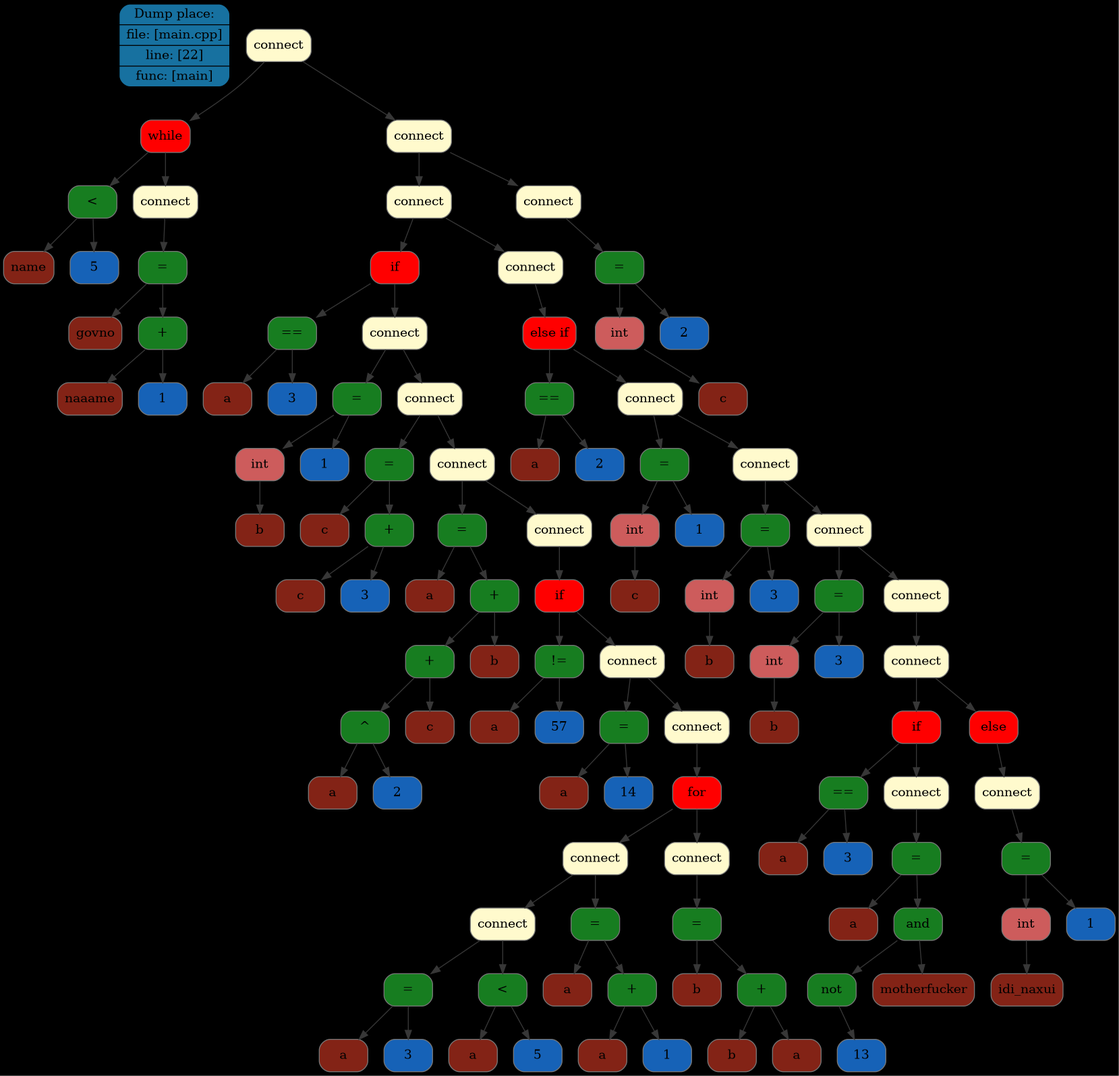
Maksim-Sebelev/Language keeps this Graphviz diagram as FrontEnd/dot/tree/img/tree1.png. Above is the earlier version. Its source is kept beside it as FrontEnd/dot/tree/dot/tree1.dot.
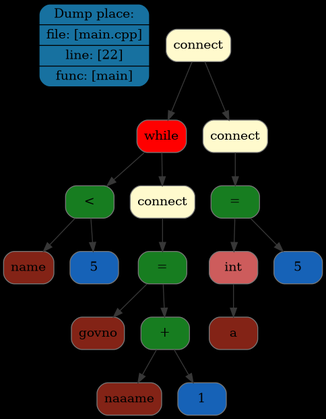
Above is the later version.

The edit, as a diff of the source:
```diff
@@ -2,7 +2,7 @@
 rankdir=TB
 graph [bgcolor="#000000"];
 place[shape=Mrecord, style=filled, fillcolor="#1771a0", pos="0,1!",label = " { Dump place: | file: [main.cpp] | line: [22] | func: [main] } "color = "#000000"];
-node0x507000003120[shape=Mrecord, style=filled, fillcolor="#FFFACD"label = "connect", color = "#777777"];
+node0x507000000720[shape=Mrecord, style=filled, fillcolor="#FFFACD"label = "connect", color = "#777777"];
 node0x507000000480[shape=Mrecord, style=filled, fillcolor="red"label = "while", color = "#777777"];
 node0x507000000170[shape=Mrecord, style=filled, fillcolor="#177d20"label = "\<", color = "#777777"];
 node0x507000000090[shape=Mrecord, style=filled, fillcolor="#832316"label = "name", color = "#777777"];
@@ -13,109 +13,13 @@
 node0x507000000330[shape=Mrecord, style=filled, fillcolor="#177d20"label = "\+", color = "#777777"];
 node0x507000000250[shape=Mrecord, style=filled, fillcolor="#832316"label = "naaame", color = "#777777"];
 node0x5070000002c0[shape=Mrecord, style=filled, fillcolor="#1662b7"label = "1", color = "#777777"];
-node0x5070000030b0[shape=Mrecord, style=filled, fillcolor="#FFFACD"label = "connect", color = "#777777"];
-node0x507000002e10[shape=Mrecord, style=filled, fillcolor="#FFFACD"label = "connect", color = "#777777"];
-node0x507000001c90[shape=Mrecord, style=filled, fillcolor="red"label = "if", color = "#777777"];
-node0x5070000005d0[shape=Mrecord, style=filled, fillcolor="#177d20"label = "\==", color = "#777777"];
-node0x5070000004f0[shape=Mrecord, style=filled, fillcolor="#832316"label = "a", color = "#777777"];
-node0x507000000560[shape=Mrecord, style=filled, fillcolor="#1662b7"label = "3", color = "#777777"];
-node0x507000001c20[shape=Mrecord, style=filled, fillcolor="#FFFACD"label = "connect", color = "#777777"];
-node0x507000000790[shape=Mrecord, style=filled, fillcolor="#177d20"label = "\=", color = "#777777"];
-node0x507000000640[shape=Mrecord, style=filled, fillcolor="#CD5C5C"label = "int", color = "#777777"];
-node0x5070000006b0[shape=Mrecord, style=filled, fillcolor="#832316"label = "b", color = "#777777"];
-node0x507000000720[shape=Mrecord, style=filled, fillcolor="#1662b7"label = "1", color = "#777777"];
-node0x507000001bb0[shape=Mrecord, style=filled, fillcolor="#FFFACD"label = "connect", color = "#777777"];
-node0x5070000009c0[shape=Mrecord, style=filled, fillcolor="#177d20"label = "\=", color = "#777777"];
-node0x507000000800[shape=Mrecord, style=filled, fillcolor="#832316"label = "c", color = "#777777"];
-node0x507000000950[shape=Mrecord, style=filled, fillcolor="#177d20"label = "\+", color = "#777777"];
-node0x507000000870[shape=Mrecord, style=filled, fillcolor="#832316"label = "c", color = "#777777"];
-node0x5070000008e0[shape=Mrecord, style=filled, fillcolor="#1662b7"label = "3", color = "#777777"];
-node0x507000001b40[shape=Mrecord, style=filled, fillcolor="#FFFACD"label = "connect", color = "#777777"];
-node0x507000000db0[shape=Mrecord, style=filled, fillcolor="#177d20"label = "\=", color = "#777777"];
-node0x507000000a30[shape=Mrecord, style=filled, fillcolor="#832316"label = "a", color = "#777777"];
-node0x507000000d40[shape=Mrecord, style=filled, fillcolor="#177d20"label = "\+", color = "#777777"];
-node0x507000000c60[shape=Mrecord, style=filled, fillcolor="#177d20"label = "\+", color = "#777777"];
-node0x507000000b80[shape=Mrecord, style=filled, fillcolor="#177d20"label = "\^", color = "#777777"];
-node0x507000000aa0[shape=Mrecord, style=filled, fillcolor="#832316"label = "a", color = "#777777"];
-node0x507000000b10[shape=Mrecord, style=filled, fillcolor="#1662b7"label = "2", color = "#777777"];
-node0x507000000bf0[shape=Mrecord, style=filled, fillcolor="#832316"label = "c", color = "#777777"];
-node0x507000000cd0[shape=Mrecord, style=filled, fillcolor="#832316"label = "b", color = "#777777"];
-node0x507000001ad0[shape=Mrecord, style=filled, fillcolor="#FFFACD"label = "connect", color = "#777777"];
-node0x507000001a60[shape=Mrecord, style=filled, fillcolor="red"label = "if", color = "#777777"];
-node0x507000000f00[shape=Mrecord, style=filled, fillcolor="#177d20"label = "\!=", color = "#777777"];
-node0x507000000e20[shape=Mrecord, style=filled, fillcolor="#832316"label = "a", color = "#777777"];
-node0x507000000e90[shape=Mrecord, style=filled, fillcolor="#1662b7"label = "57", color = "#777777"];
-node0x5070000019f0[shape=Mrecord, style=filled, fillcolor="#FFFACD"label = "connect", color = "#777777"];
-node0x507000001050[shape=Mrecord, style=filled, fillcolor="#177d20"label = "\=", color = "#777777"];
-node0x507000000f70[shape=Mrecord, style=filled, fillcolor="#832316"label = "a", color = "#777777"];
-node0x507000000fe0[shape=Mrecord, style=filled, fillcolor="#1662b7"label = "14", color = "#777777"];
-node0x507000001980[shape=Mrecord, style=filled, fillcolor="#FFFACD"label = "connect", color = "#777777"];
-node0x507000001910[shape=Mrecord, style=filled, fillcolor="red"label = "for", color = "#777777"];
-node0x5070000018a0[shape=Mrecord, style=filled, fillcolor="#FFFACD"label = "connect", color = "#777777"];
-node0x507000001830[shape=Mrecord, style=filled, fillcolor="#FFFACD"label = "connect", color = "#777777"];
-node0x5070000011a0[shape=Mrecord, style=filled, fillcolor="#177d20"label = "\=", color = "#777777"];
-node0x5070000010c0[shape=Mrecord, style=filled, fillcolor="#832316"label = "a", color = "#777777"];
-node0x507000001130[shape=Mrecord, style=filled, fillcolor="#1662b7"label = "3", color = "#777777"];
-node0x5070000012f0[shape=Mrecord, style=filled, fillcolor="#177d20"label = "\<", color = "#777777"];
-node0x507000001210[shape=Mrecord, style=filled, fillcolor="#832316"label = "a", color = "#777777"];
-node0x507000001280[shape=Mrecord, style=filled, fillcolor="#1662b7"label = "5", color = "#777777"];
-node0x507000001520[shape=Mrecord, style=filled, fillcolor="#177d20"label = "\=", color = "#777777"];
-node0x507000001360[shape=Mrecord, style=filled, fillcolor="#832316"label = "a", color = "#777777"];
-node0x5070000014b0[shape=Mrecord, style=filled, fillcolor="#177d20"label = "\+", color = "#777777"];
-node0x5070000013d0[shape=Mrecord, style=filled, fillcolor="#832316"label = "a", color = "#777777"];
-node0x507000001440[shape=Mrecord, style=filled, fillcolor="#1662b7"label = "1", color = "#777777"];
-node0x5070000017c0[shape=Mrecord, style=filled, fillcolor="#FFFACD"label = "connect", color = "#777777"];
-node0x507000001750[shape=Mrecord, style=filled, fillcolor="#177d20"label = "\=", color = "#777777"];
-node0x507000001590[shape=Mrecord, style=filled, fillcolor="#832316"label = "b", color = "#777777"];
-node0x5070000016e0[shape=Mrecord, style=filled, fillcolor="#177d20"label = "\+", color = "#777777"];
-node0x507000001600[shape=Mrecord, style=filled, fillcolor="#832316"label = "b", color = "#777777"];
-node0x507000001670[shape=Mrecord, style=filled, fillcolor="#832316"label = "a", color = "#777777"];
-node0x507000002da0[shape=Mrecord, style=filled, fillcolor="#FFFACD"label = "connect", color = "#777777"];
-node0x507000002d30[shape=Mrecord, style=filled, fillcolor="red"label = "else if", color = "#777777"];
-node0x507000001de0[shape=Mrecord, style=filled, fillcolor="#177d20"label = "\==", color = "#777777"];
-node0x507000001d00[shape=Mrecord, style=filled, fillcolor="#832316"label = "a", color = "#777777"];
-node0x507000001d70[shape=Mrecord, style=filled, fillcolor="#1662b7"label = "2", color = "#777777"];
-node0x507000002cc0[shape=Mrecord, style=filled, fillcolor="#FFFACD"label = "connect", color = "#777777"];
-node0x507000001fa0[shape=Mrecord, style=filled, fillcolor="#177d20"label = "\=", color = "#777777"];
-node0x507000001e50[shape=Mrecord, style=filled, fillcolor="#CD5C5C"label = "int", color = "#777777"];
-node0x507000001ec0[shape=Mrecord, style=filled, fillcolor="#832316"label = "c", color = "#777777"];
-node0x507000001f30[shape=Mrecord, style=filled, fillcolor="#1662b7"label = "1", color = "#777777"];
-node0x507000002c50[shape=Mrecord, style=filled, fillcolor="#FFFACD"label = "connect", color = "#777777"];
-node0x507000002160[shape=Mrecord, style=filled, fillcolor="#177d20"label = "\=", color = "#777777"];
-node0x507000002010[shape=Mrecord, style=filled, fillcolor="#CD5C5C"label = "int", color = "#777777"];
-node0x507000002080[shape=Mrecord, style=filled, fillcolor="#832316"label = "b", color = "#777777"];
-node0x5070000020f0[shape=Mrecord, style=filled, fillcolor="#1662b7"label = "3", color = "#777777"];
-node0x507000002be0[shape=Mrecord, style=filled, fillcolor="#FFFACD"label = "connect", color = "#777777"];
-node0x507000002320[shape=Mrecord, style=filled, fillcolor="#177d20"label = "\=", color = "#777777"];
-node0x5070000021d0[shape=Mrecord, style=filled, fillcolor="#CD5C5C"label = "int", color = "#777777"];
-node0x507000002240[shape=Mrecord, style=filled, fillcolor="#832316"label = "b", color = "#777777"];
-node0x5070000022b0[shape=Mrecord, style=filled, fillcolor="#1662b7"label = "3", color = "#777777"];
-node0x507000002b70[shape=Mrecord, style=filled, fillcolor="#FFFACD"label = "connect", color = "#777777"];
-node0x507000002b00[shape=Mrecord, style=filled, fillcolor="#FFFACD"label = "connect", color = "#777777"];
-node0x5070000027f0[shape=Mrecord, style=filled, fillcolor="red"label = "if", color = "#777777"];
-node0x507000002470[shape=Mrecord, style=filled, fillcolor="#177d20"label = "\==", color = "#777777"];
-node0x507000002390[shape=Mrecord, style=filled, fillcolor="#832316"label = "a", color = "#777777"];
-node0x507000002400[shape=Mrecord, style=filled, fillcolor="#1662b7"label = "3", color = "#777777"];
-node0x507000002780[shape=Mrecord, style=filled, fillcolor="#FFFACD"label = "connect", color = "#777777"];
-node0x507000002710[shape=Mrecord, style=filled, fillcolor="#177d20"label = "\=", color = "#777777"];
-node0x5070000024e0[shape=Mrecord, style=filled, fillcolor="#832316"label = "a", color = "#777777"];
-node0x5070000026a0[shape=Mrecord, style=filled, fillcolor="#177d20"label = "and", color = "#777777"];
-node0x5070000025c0[shape=Mrecord, style=filled, fillcolor="#177d20"label = "not", color = "#777777"];
-node0x507000002550[shape=Mrecord, style=filled, fillcolor="#1662b7"label = "13", color = "#777777"];
-node0x507000002630[shape=Mrecord, style=filled, fillcolor="#832316"label = "motherfucker", color = "#777777"];
-node0x507000002a90[shape=Mrecord, style=filled, fillcolor="red"label = "else", color = "#777777"];
-node0x507000002a20[shape=Mrecord, style=filled, fillcolor="#FFFACD"label = "connect", color = "#777777"];
-node0x5070000029b0[shape=Mrecord, style=filled, fillcolor="#177d20"label = "\=", color = "#777777"];
-node0x507000002860[shape=Mrecord, style=filled, fillcolor="#CD5C5C"label = "int", color = "#777777"];
-node0x5070000028d0[shape=Mrecord, style=filled, fillcolor="#832316"label = "idi_naxui", color = "#777777"];
-node0x507000002940[shape=Mrecord, style=filled, fillcolor="#1662b7"label = "1", color = "#777777"];
-node0x507000003040[shape=Mrecord, style=filled, fillcolor="#FFFACD"label = "connect", color = "#777777"];
-node0x507000002fd0[shape=Mrecord, style=filled, fillcolor="#177d20"label = "\=", color = "#777777"];
-node0x507000002e80[shape=Mrecord, style=filled, fillcolor="#CD5C5C"label = "int", color = "#777777"];
-node0x507000002ef0[shape=Mrecord, style=filled, fillcolor="#832316"label = "c", color = "#777777"];
-node0x507000002f60[shape=Mrecord, style=filled, fillcolor="#1662b7"label = "2", color = "#777777"];
+node0x5070000006b0[shape=Mrecord, style=filled, fillcolor="#FFFACD"label = "connect", color = "#777777"];
+node0x507000000640[shape=Mrecord, style=filled, fillcolor="#177d20"label = "\=", color = "#777777"];
+node0x5070000004f0[shape=Mrecord, style=filled, fillcolor="#CD5C5C"label = "int", color = "#777777"];
+node0x507000000560[shape=Mrecord, style=filled, fillcolor="#832316"label = "a", color = "#777777"];
+node0x5070000005d0[shape=Mrecord, style=filled, fillcolor="#1662b7"label = "5", color = "#777777"];
 edge[color="#373737"];
-node0x507000003120->node0x507000000480;
+node0x507000000720->node0x507000000480;
 node0x507000000480->node0x507000000170;
 node0x507000000170->node0x507000000090;
 node0x507000000170->node0x507000000100;
@@ -125,105 +29,9 @@
 node0x5070000003a0->node0x507000000330;
 node0x507000000330->node0x507000000250;
 node0x507000000330->node0x5070000002c0;
-node0x507000003120->node0x5070000030b0;
-node0x5070000030b0->node0x507000002e10;
-node0x507000002e10->node0x507000001c90;
-node0x507000001c90->node0x5070000005d0;
-node0x5070000005d0->node0x5070000004f0;
-node0x5070000005d0->node0x507000000560;
-node0x507000001c90->node0x507000001c20;
-node0x507000001c20->node0x507000000790;
-node0x507000000790->node0x507000000640;
-node0x507000000640->node0x5070000006b0;
-node0x507000000790->node0x507000000720;
-node0x507000001c20->node0x507000001bb0;
-node0x507000001bb0->node0x5070000009c0;
-node0x5070000009c0->node0x507000000800;
-node0x5070000009c0->node0x507000000950;
-node0x507000000950->node0x507000000870;
-node0x507000000950->node0x5070000008e0;
-node0x507000001bb0->node0x507000001b40;
-node0x507000001b40->node0x507000000db0;
-node0x507000000db0->node0x507000000a30;
-node0x507000000db0->node0x507000000d40;
-node0x507000000d40->node0x507000000c60;
-node0x507000000c60->node0x507000000b80;
-node0x507000000b80->node0x507000000aa0;
-node0x507000000b80->node0x507000000b10;
-node0x507000000c60->node0x507000000bf0;
-node0x507000000d40->node0x507000000cd0;
-node0x507000001b40->node0x507000001ad0;
-node0x507000001ad0->node0x507000001a60;
-node0x507000001a60->node0x507000000f00;
-node0x507000000f00->node0x507000000e20;
-node0x507000000f00->node0x507000000e90;
-node0x507000001a60->node0x5070000019f0;
-node0x5070000019f0->node0x507000001050;
-node0x507000001050->node0x507000000f70;
-node0x507000001050->node0x507000000fe0;
-node0x5070000019f0->node0x507000001980;
-node0x507000001980->node0x507000001910;
-node0x507000001910->node0x5070000018a0;
-node0x5070000018a0->node0x507000001830;
-node0x507000001830->node0x5070000011a0;
-node0x5070000011a0->node0x5070000010c0;
-node0x5070000011a0->node0x507000001130;
-node0x507000001830->node0x5070000012f0;
-node0x5070000012f0->node0x507000001210;
-node0x5070000012f0->node0x507000001280;
-node0x5070000018a0->node0x507000001520;
-node0x507000001520->node0x507000001360;
-node0x507000001520->node0x5070000014b0;
-node0x5070000014b0->node0x5070000013d0;
-node0x5070000014b0->node0x507000001440;
-node0x507000001910->node0x5070000017c0;
-node0x5070000017c0->node0x507000001750;
-node0x507000001750->node0x507000001590;
-node0x507000001750->node0x5070000016e0;
-node0x5070000016e0->node0x507000001600;
-node0x5070000016e0->node0x507000001670;
-node0x507000002e10->node0x507000002da0;
-node0x507000002da0->node0x507000002d30;
-node0x507000002d30->node0x507000001de0;
-node0x507000001de0->node0x507000001d00;
-node0x507000001de0->node0x507000001d70;
-node0x507000002d30->node0x507000002cc0;
-node0x507000002cc0->node0x507000001fa0;
-node0x507000001fa0->node0x507000001e50;
-node0x507000001e50->node0x507000001ec0;
-node0x507000001fa0->node0x507000001f30;
-node0x507000002cc0->node0x507000002c50;
-node0x507000002c50->node0x507000002160;
-node0x507000002160->node0x507000002010;
-node0x507000002010->node0x507000002080;
-node0x507000002160->node0x5070000020f0;
-node0x507000002c50->node0x507000002be0;
-node0x507000002be0->node0x507000002320;
-node0x507000002320->node0x5070000021d0;
-node0x5070000021d0->node0x507000002240;
-node0x507000002320->node0x5070000022b0;
-node0x507000002be0->node0x507000002b70;
-node0x507000002b70->node0x507000002b00;
-node0x507000002b00->node0x5070000027f0;
-node0x5070000027f0->node0x507000002470;
-node0x507000002470->node0x507000002390;
-node0x507000002470->node0x507000002400;
-node0x5070000027f0->node0x507000002780;
-node0x507000002780->node0x507000002710;
-node0x507000002710->node0x5070000024e0;
-node0x507000002710->node0x5070000026a0;
-node0x5070000026a0->node0x5070000025c0;
-node0x5070000025c0->node0x507000002550;
-node0x5070000026a0->node0x507000002630;
-node0x507000002b00->node0x507000002a90;
-node0x507000002a90->node0x507000002a20;
-node0x507000002a20->node0x5070000029b0;
-node0x5070000029b0->node0x507000002860;
-node0x507000002860->node0x5070000028d0;
-node0x5070000029b0->node0x507000002940;
-node0x5070000030b0->node0x507000003040;
-node0x507000003040->node0x507000002fd0;
-node0x507000002fd0->node0x507000002e80;
-node0x507000002e80->node0x507000002ef0;
-node0x507000002fd0->node0x507000002f60;
+node0x507000000720->node0x5070000006b0;
+node0x5070000006b0->node0x507000000640;
+node0x507000000640->node0x5070000004f0;
+node0x5070000004f0->node0x507000000560;
+node0x507000000640->node0x5070000005d0;
 }
```
